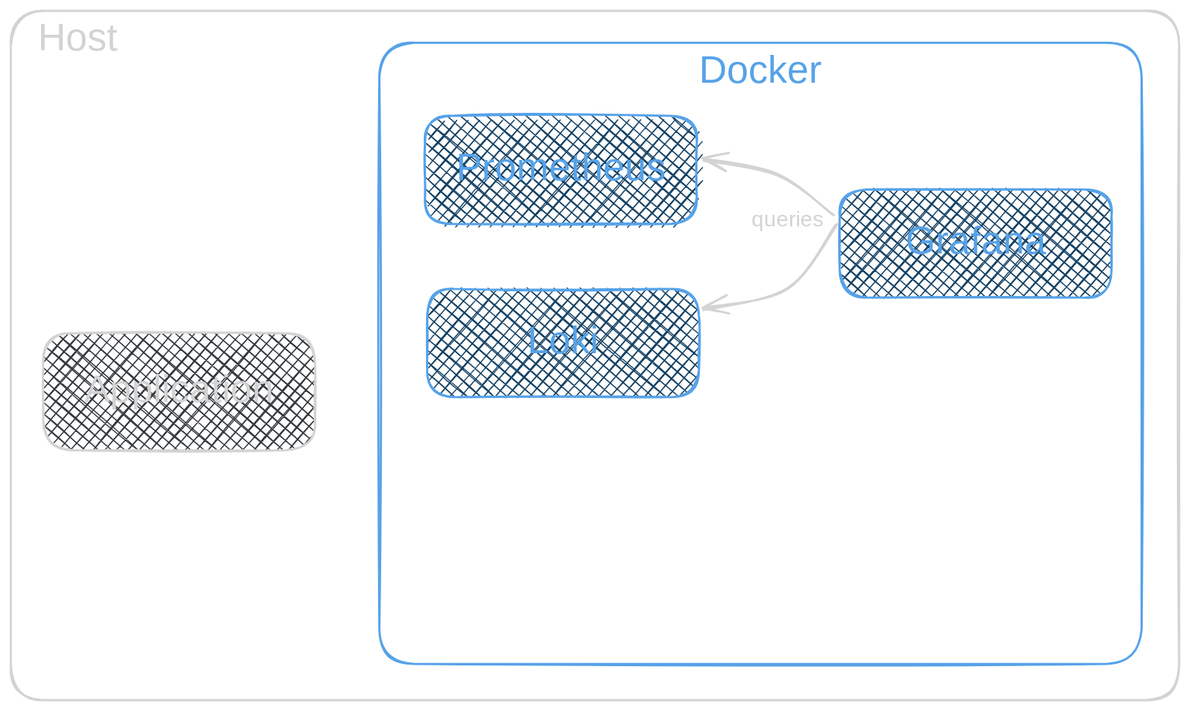
This is slides/images/local-setup-1.svg from slauth/dev-prod-o11y-parity, a Excalidraw export, as it was before one commit. Source tidied: one line per element, renumbered; positions are measured from the earlier drawing's top-left corner, leaving out a move shared by most shapes. Its diagram source:
```json
{"id": 0, "type": "rectangle", "strokeColor": "#1e1e1e", "strokeWidth": 2, "roughness": 1, "round": true, "x": 0, "y": 0, "width": 1079, "height": 637}
{"id": 1, "type": "text", "text": "  Host", "strokeColor": "#1e1e1e", "strokeWidth": 2, "roughness": 1, "fontSize": 36, "fontFamily": 5, "inside": 0, "x": 5, "y": 5, "width": 139, "height": 45}
{"id": 2, "type": "rectangle", "strokeColor": "#1971c2", "strokeWidth": 2, "roughness": 1, "round": true, "x": 340, "y": 30, "width": 704, "height": 574}
{"id": 3, "type": "text", "text": "Docker", "strokeColor": "#1971c2", "backgroundColor": "#ffc9c9", "fillStyle": "hachure", "strokeWidth": 2, "roughness": 1, "fontSize": 36, "fontFamily": 5, "textAlign": "center", "inside": 2, "x": 631, "y": 34, "width": 123, "height": 45}
{"id": 4, "type": "rectangle", "strokeColor": "#1e1e1e", "backgroundColor": "#ced4da", "fillStyle": "cross-hatch", "strokeWidth": 2, "roughness": 1, "round": true, "x": 30, "y": 298, "width": 251, "height": 108}
{"id": 5, "type": "text", "text": "Application", "strokeColor": "#1e1e1e", "strokeWidth": 2, "roughness": 1, "fontSize": 36, "fontFamily": 5, "textAlign": "center", "verticalAlign": "middle", "inside": 4, "x": 61, "y": 330, "width": 189, "height": 45}
{"id": 6, "type": "rectangle", "strokeColor": "#1971c2", "backgroundColor": "#a5d8ff", "fillStyle": "cross-hatch", "strokeWidth": 2, "roughness": 1, "round": true, "x": 384, "y": 257, "width": 251, "height": 100}
{"id": 7, "type": "text", "text": "Loki", "strokeColor": "#1971c2", "strokeWidth": 2, "roughness": 1, "fontSize": 36, "fontFamily": 5, "textAlign": "center", "verticalAlign": "middle", "inside": 6, "x": 475, "y": 284, "width": 69, "height": 45}
{"id": 8, "type": "rectangle", "strokeColor": "#1971c2", "backgroundColor": "#a5d8ff", "fillStyle": "cross-hatch", "strokeWidth": 2, "roughness": 1, "round": true, "x": 765, "y": 165, "width": 251, "height": 100}
{"id": 9, "type": "text", "text": "Grafana", "strokeColor": "#1971c2", "strokeWidth": 2, "roughness": 1, "fontSize": 36, "fontFamily": 5, "textAlign": "center", "verticalAlign": "middle", "inside": 8, "x": 819, "y": 192, "width": 144, "height": 45}
{"id": 10, "type": "rectangle", "strokeColor": "#1971c2", "backgroundColor": "#a5d8ff", "fillStyle": "cross-hatch", "strokeWidth": 2, "roughness": 1, "round": true, "x": 382, "y": 97, "width": 251, "height": 100}
{"id": 11, "type": "text", "text": "Prometheus", "strokeColor": "#1971c2", "strokeWidth": 2, "roughness": 1, "fontSize": 36, "fontFamily": 5, "textAlign": "center", "verticalAlign": "middle", "inside": 10, "x": 405, "y": 124, "width": 206, "height": 45}
{"id": 12, "type": "arrow", "strokeColor": "#1e1e1e", "backgroundColor": "#ced4da", "fillStyle": "cross-hatch", "strokeWidth": 2, "roughness": 1, "endArrowhead": "arrow", "round": true, "from": 8, "to": 10, "x": 760, "y": 188, "width": 120, "height": 50, "points": [[0, 0], [-51, -36], [-120, -50]]}
{"id": 13, "type": "arrow", "strokeColor": "#1e1e1e", "backgroundColor": "#ced4da", "fillStyle": "cross-hatch", "strokeWidth": 2, "roughness": 1, "endArrowhead": "arrow", "round": true, "from": 8, "to": 6, "x": 762, "y": 198, "width": 123, "height": 78, "points": [[0, 0], [-44, 58], [-123, 78]]}
{"id": 14, "type": "text", "text": "queries", "strokeColor": "#1e1e1e", "backgroundColor": "#96f2d7", "fillStyle": "cross-hatch", "strokeWidth": 2, "roughness": 1, "fontSize": 20, "fontFamily": 5, "textAlign": "center", "verticalAlign": "middle", "x": 682, "y": 182, "width": 70, "height": 25}
```
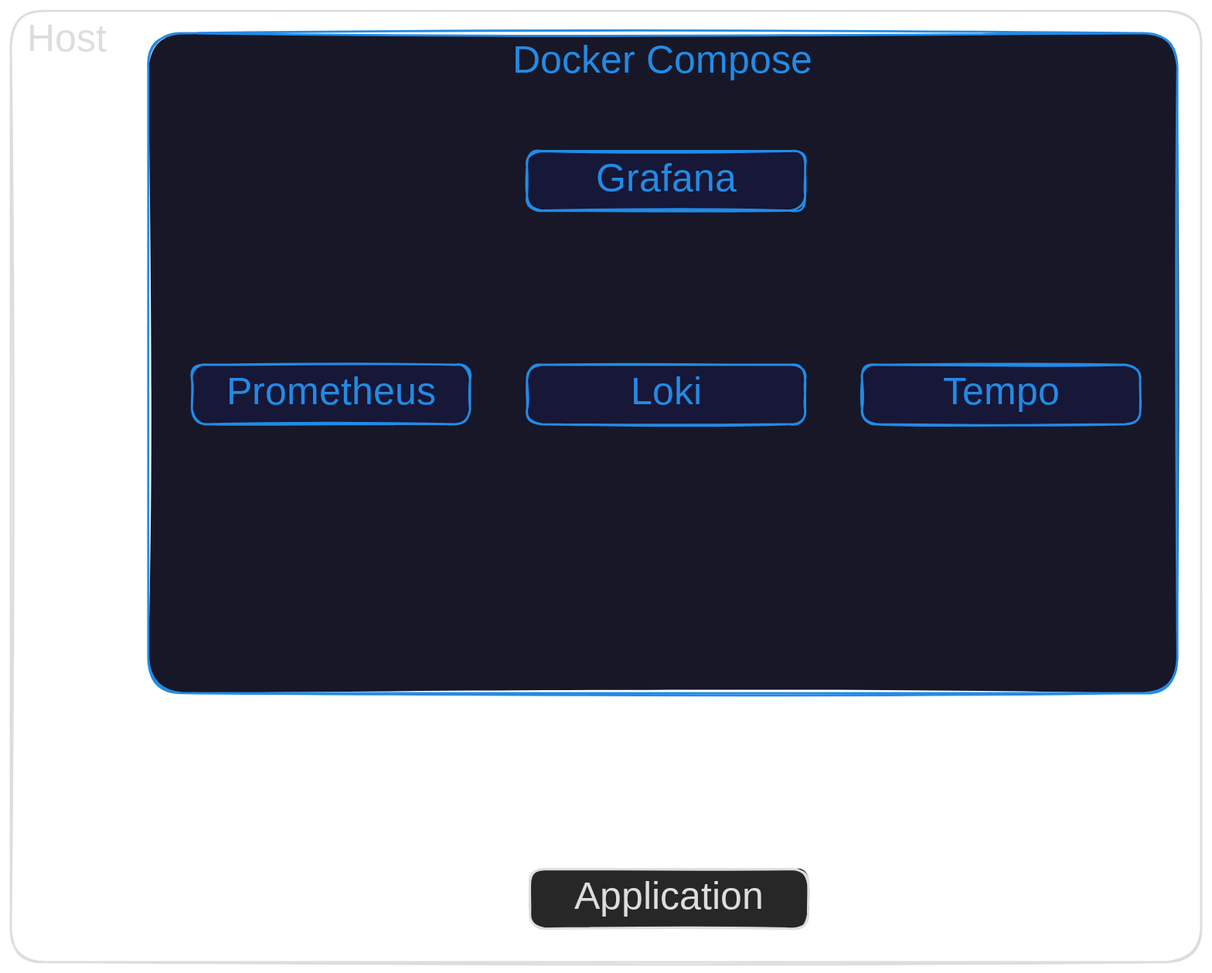
The same file after the commit.

Change to the diagram source:
```diff
@@ -1,15 +1,14 @@
-{"id": 0, "type": "rectangle", "strokeColor": "#1e1e1e", "strokeWidth": 2, "roughness": 1, "round": true, "x": 0, "y": 0, "width": 1079, "height": 637}
+{"id": 15, "type": "rectangle", "strokeColor": "#dddddd", "strokeWidth": 2, "roughness": 1, "round": true, "x": 305, "y": -185, "width": 1100, "height": 879}
-{"id": 1, "type": "text", "text": "  Host", "strokeColor": "#1e1e1e", "strokeWidth": 2, "roughness": 1, "fontSize": 36, "fontFamily": 5, "inside": 0, "x": 5, "y": 5, "width": 139, "height": 45}
+{"id": 1, "type": "text", "text": " Host", "strokeColor": "#dddddd", "strokeWidth": 2, "roughness": 1, "fontSize": 36, "fontFamily": 5, "inside": 15, "x": 310, "y": -180, "width": 96, "height": 45}
-{"id": 2, "type": "rectangle", "strokeColor": "#1971c2", "strokeWidth": 2, "roughness": 1, "round": true, "x": 340, "y": 30, "width": 704, "height": 574}
-{"id": 3, "type": "text", "text": "Docker", "strokeColor": "#1971c2", "backgroundColor": "#ffc9c9", "fillStyle": "hachure", "strokeWidth": 2, "roughness": 1, "fontSize": 36, "fontFamily": 5, "textAlign": "center", "inside": 2, "x": 631, "y": 34, "width": 123, "height": 45}
-{"id": 4, "type": "rectangle", "strokeColor": "#1e1e1e", "backgroundColor": "#ced4da", "fillStyle": "cross-hatch", "strokeWidth": 2, "roughness": 1, "round": true, "x": 30, "y": 298, "width": 251, "height": 108}
+{"id": 16, "type": "rectangle", "strokeColor": "#228be6", "backgroundColor": "#171727", "fillStyle": "solid", "strokeWidth": 2, "roughness": 1, "round": true, "x": 432, "y": -165, "width": 951, "height": 610}
+{"id": 17, "type": "text", "text": "Docker Compose", "strokeColor": "#228be6", "strokeWidth": 2, "roughness": 1, "fontSize": 36, "fontFamily": 5, "textAlign": "center", "inside": 16, "x": 766, "y": -160, "width": 284, "height": 45}
+{"id": 18, "type": "rectangle", "strokeColor": "#228be6", "backgroundColor": "#171737", "fillStyle": "solid", "strokeWidth": 2, "roughness": 1, "round": true, "x": 472, "y": 142, "width": 257, "height": 55}
+{"id": 11, "type": "text", "text": "Prometheus", "strokeColor": "#228be6", "backgroundColor": "#171737", "fillStyle": "solid", "strokeWidth": 2, "roughness": 1, "fontSize": 36, "fontFamily": 5, "textAlign": "center", "verticalAlign": "middle", "inside": 18, "x": 499, "y": 147, "width": 204, "height": 45}
+{"id": 19, "type": "rectangle", "strokeColor": "#228be6", "backgroundColor": "#171737", "fillStyle": "solid", "strokeWidth": 2, "roughness": 1, "round": true, "x": 782, "y": -56, "width": 257, "height": 55}
+{"id": 9, "type": "text", "text": "Grafana", "strokeColor": "#228be6", "backgroundColor": "#171737", "fillStyle": "solid", "strokeWidth": 2, "roughness": 1, "fontSize": 36, "fontFamily": 5, "textAlign": "center", "verticalAlign": "middle", "inside": 19, "x": 840, "y": -50, "width": 141, "height": 45}
+{"id": 20, "type": "rectangle", "strokeColor": "#228be6", "backgroundColor": "#171737", "fillStyle": "solid", "strokeWidth": 2, "roughness": 1, "round": true, "x": 782, "y": 142, "width": 257, "height": 55}
+{"id": 7, "type": "text", "text": "Loki", "strokeColor": "#228be6", "backgroundColor": "#171737", "fillStyle": "solid", "strokeWidth": 2, "roughness": 1, "fontSize": 36, "fontFamily": 5, "textAlign": "center", "verticalAlign": "middle", "inside": 20, "x": 876, "y": 147, "width": 69, "height": 45}
+{"id": 21, "type": "rectangle", "strokeColor": "#228be6", "backgroundColor": "#171737", "fillStyle": "solid", "strokeWidth": 2, "roughness": 1, "round": true, "x": 1091, "y": 142, "width": 257, "height": 55}
+{"id": 22, "type": "text", "text": "Tempo", "strokeColor": "#228be6", "backgroundColor": "#171737", "fillStyle": "solid", "strokeWidth": 2, "roughness": 1, "fontSize": 36, "fontFamily": 5, "textAlign": "center", "verticalAlign": "middle", "inside": 21, "x": 1164, "y": 147, "width": 112, "height": 45}
+{"id": 23, "type": "rectangle", "strokeColor": "#dddddd", "backgroundColor": "#272727", "fillStyle": "solid", "strokeWidth": 2, "roughness": 1, "round": true, "x": 785, "y": 608, "width": 257, "height": 55}
-{"id": 5, "type": "text", "text": "Application", "strokeColor": "#1e1e1e", "strokeWidth": 2, "roughness": 1, "fontSize": 36, "fontFamily": 5, "textAlign": "center", "verticalAlign": "middle", "inside": 4, "x": 61, "y": 330, "width": 189, "height": 45}
+{"id": 5, "type": "text", "text": "Application", "strokeColor": "#dddddd", "backgroundColor": "#171737", "fillStyle": "solid", "strokeWidth": 2, "roughness": 1, "fontSize": 36, "fontFamily": 5, "textAlign": "center", "verticalAlign": "middle", "inside": 23, "x": 819, "y": 613, "width": 188, "height": 45}
-{"id": 6, "type": "rectangle", "strokeColor": "#1971c2", "backgroundColor": "#a5d8ff", "fillStyle": "cross-hatch", "strokeWidth": 2, "roughness": 1, "round": true, "x": 384, "y": 257, "width": 251, "height": 100}
-{"id": 7, "type": "text", "text": "Loki", "strokeColor": "#1971c2", "strokeWidth": 2, "roughness": 1, "fontSize": 36, "fontFamily": 5, "textAlign": "center", "verticalAlign": "middle", "inside": 6, "x": 475, "y": 284, "width": 69, "height": 45}
-{"id": 8, "type": "rectangle", "strokeColor": "#1971c2", "backgroundColor": "#a5d8ff", "fillStyle": "cross-hatch", "strokeWidth": 2, "roughness": 1, "round": true, "x": 765, "y": 165, "width": 251, "height": 100}
-{"id": 9, "type": "text", "text": "Grafana", "strokeColor": "#1971c2", "strokeWidth": 2, "roughness": 1, "fontSize": 36, "fontFamily": 5, "textAlign": "center", "verticalAlign": "middle", "inside": 8, "x": 819, "y": 192, "width": 144, "height": 45}
-{"id": 10, "type": "rectangle", "strokeColor": "#1971c2", "backgroundColor": "#a5d8ff", "fillStyle": "cross-hatch", "strokeWidth": 2, "roughness": 1, "round": true, "x": 382, "y": 97, "width": 251, "height": 100}
-{"id": 11, "type": "text", "text": "Prometheus", "strokeColor": "#1971c2", "strokeWidth": 2, "roughness": 1, "fontSize": 36, "fontFamily": 5, "textAlign": "center", "verticalAlign": "middle", "inside": 10, "x": 405, "y": 124, "width": 206, "height": 45}
-{"id": 12, "type": "arrow", "strokeColor": "#1e1e1e", "backgroundColor": "#ced4da", "fillStyle": "cross-hatch", "strokeWidth": 2, "roughness": 1, "endArrowhead": "arrow", "round": true, "from": 8, "to": 10, "x": 760, "y": 188, "width": 120, "height": 50, "points": [[0, 0], [-51, -36], [-120, -50]]}
-{"id": 13, "type": "arrow", "strokeColor": "#1e1e1e", "backgroundColor": "#ced4da", "fillStyle": "cross-hatch", "strokeWidth": 2, "roughness": 1, "endArrowhead": "arrow", "round": true, "from": 8, "to": 6, "x": 762, "y": 198, "width": 123, "height": 78, "points": [[0, 0], [-44, 58], [-123, 78]]}
-{"id": 14, "type": "text", "text": "queries", "strokeColor": "#1e1e1e", "backgroundColor": "#96f2d7", "fillStyle": "cross-hatch", "strokeWidth": 2, "roughness": 1, "fontSize": 20, "fontFamily": 5, "textAlign": "center", "verticalAlign": "middle", "x": 682, "y": 182, "width": 70, "height": 25}
```
